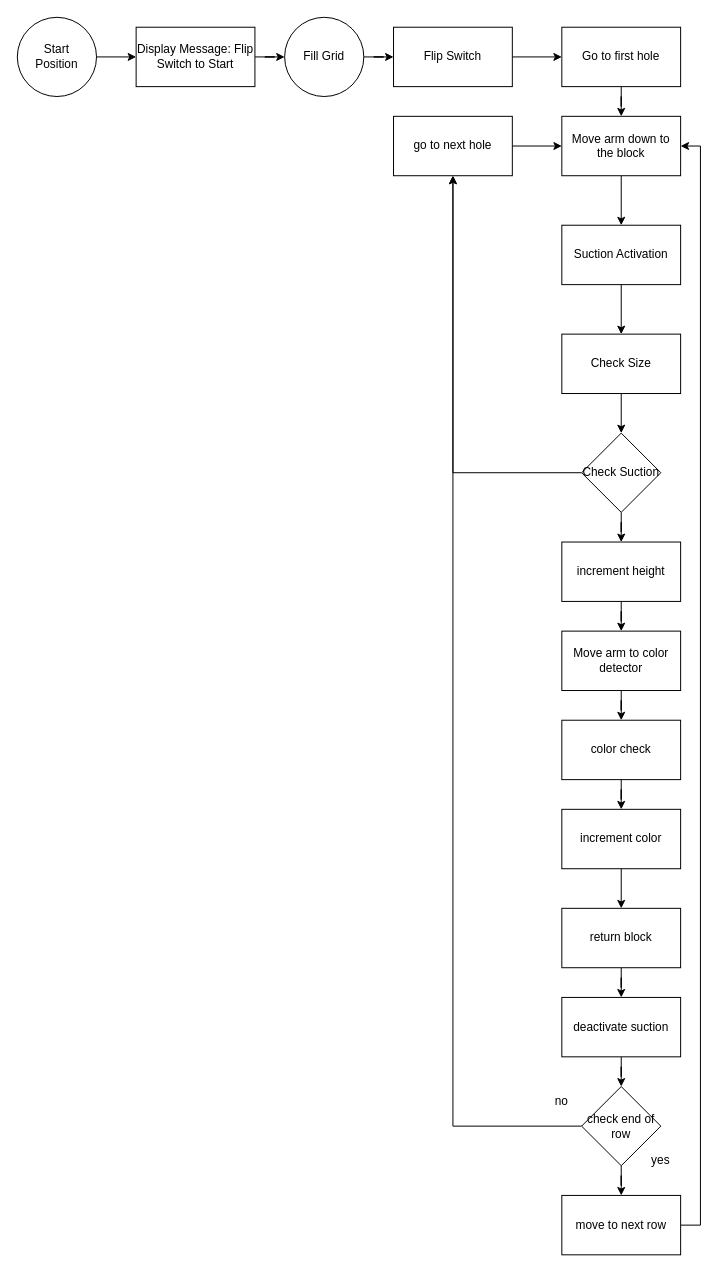
ppvnf/flowchartICT keeps this draw.io diagram as newflowchart.drawio. Above is the earlier version. Source tidied: cells renumbered, new cells numbered last; positions are measured from the earlier drawing's top-left corner, leaving out a move shared by most shapes. Both pictures are drawn from the tidied source at 99%, with x=0, y=0 at pixel (17, 17).
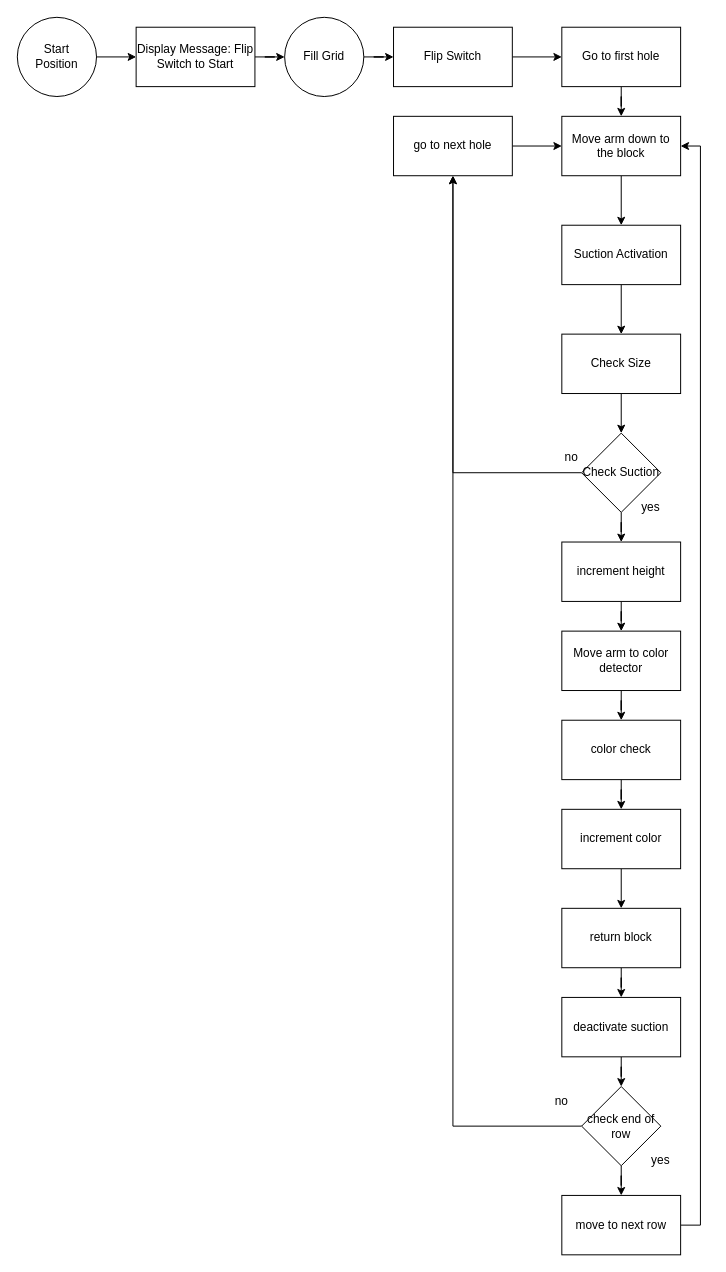
Above is the later version.

What changed in the source:
```diff
@@
+    <mxCell id="42" value="yes" style="text;html=1;align=center;verticalAlign=middle;whiteSpace=wrap;rounded=0;" parent="1" vertex="1">
+      <mxGeometry x="610" y="480" width="60" height="30" as="geometry" />
+    </mxCell>
+    <mxCell id="43" value="no" style="text;html=1;align=center;verticalAlign=middle;whiteSpace=wrap;rounded=0;" parent="1" vertex="1">
+      <mxGeometry x="530" y="430" width="60" height="30" as="geometry" />
+    </mxCell>
```
